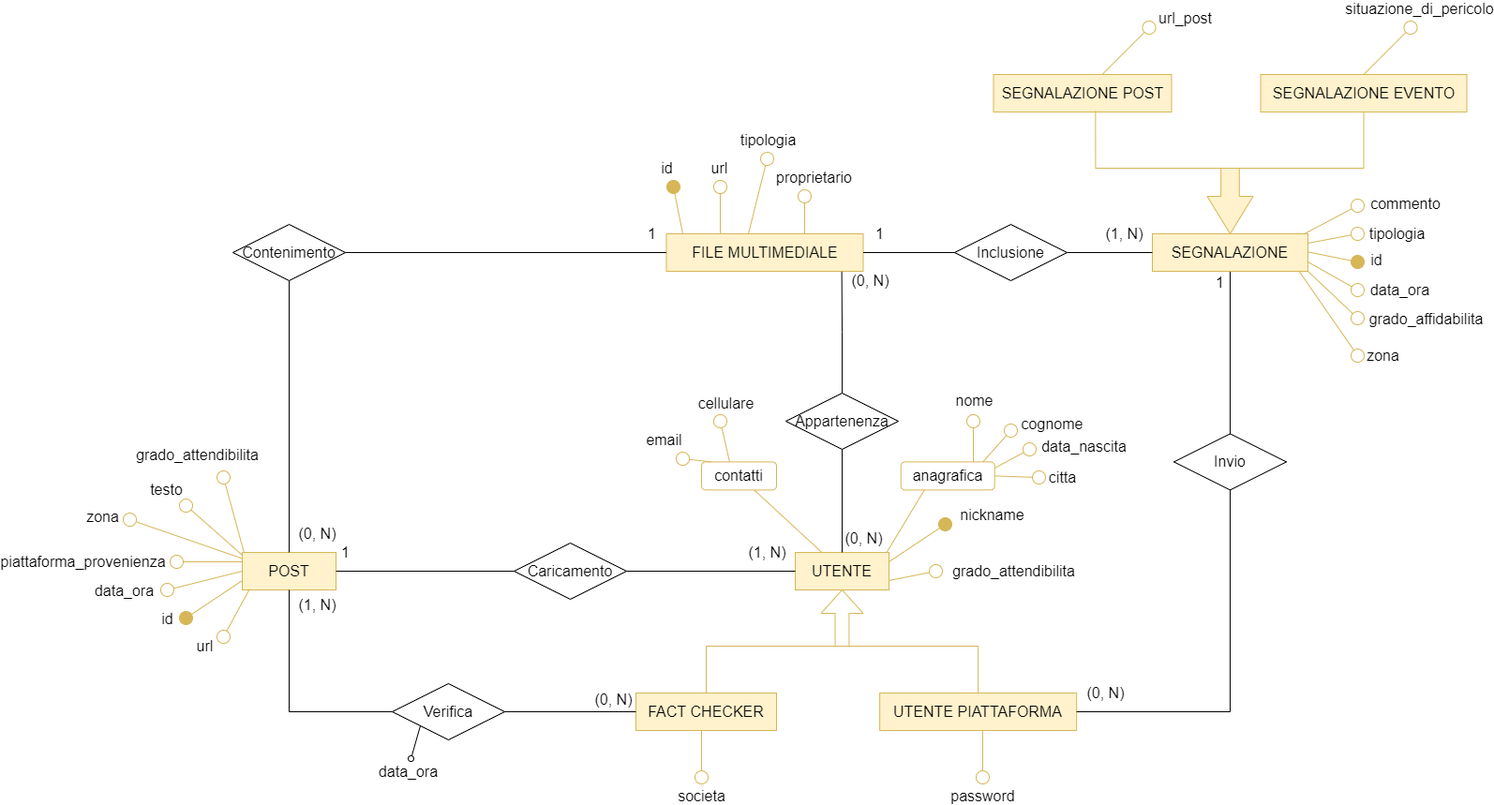
faffolao/ProgettoBD2022 keeps this draw.io diagram as diagrammi e-r/Diag. Social network.png. Above is the earlier version. Source tidied: cells renumbered, new cells last; positions are measured from the earlier drawing's top-left corner, leaving out a move shared by most shapes.
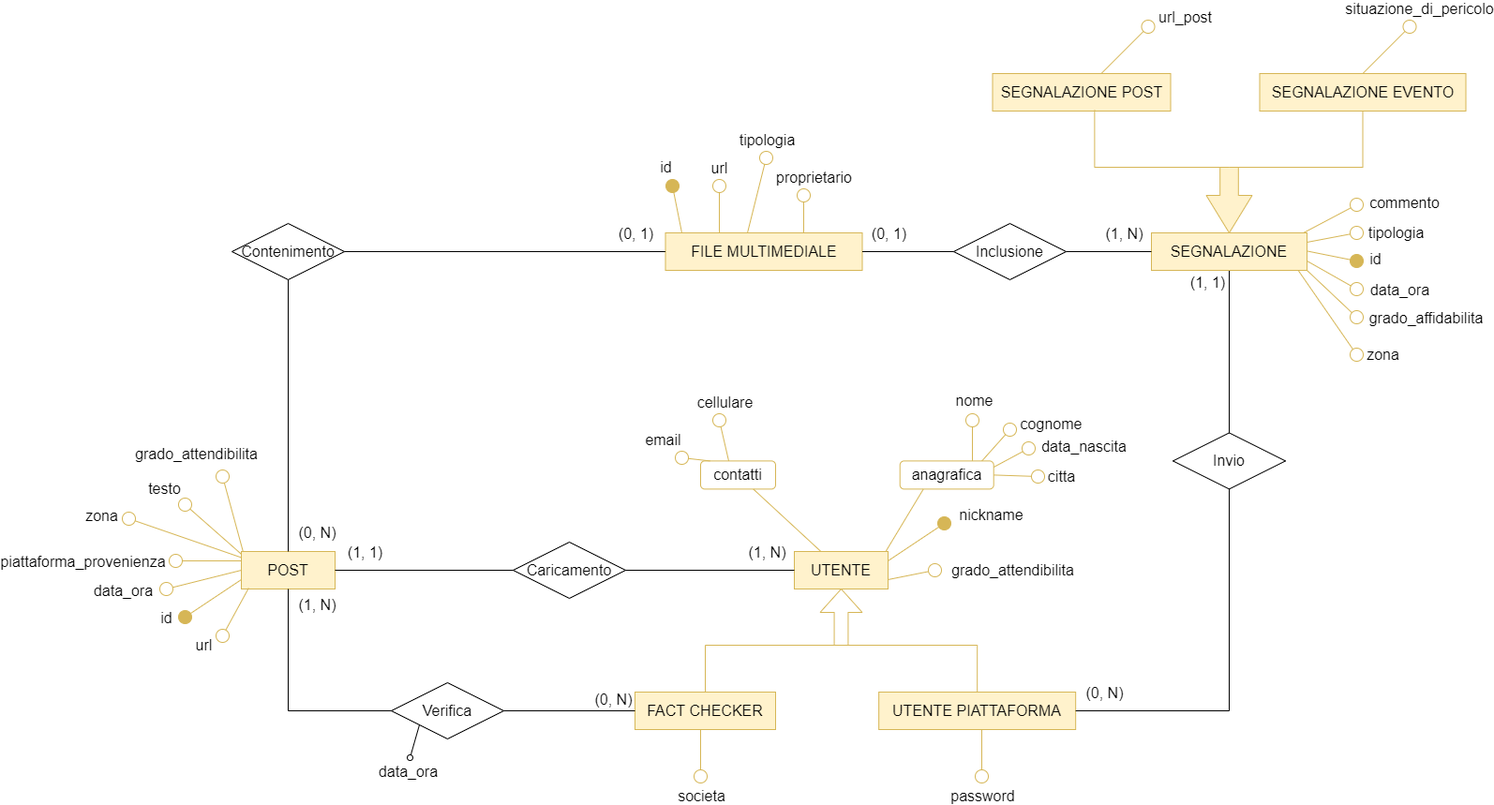
The same file after the commit.

Change to the diagram source:
```diff
@@ -158,9 +158,9 @@
     <mxCell id="34" style="edgeStyle=orthogonalEdgeStyle;rounded=0;jettySize=auto;html=1;strokeColor=default;strokeWidth=1;fontSize=12;startArrow=none;startFill=0;endArrow=none;endFill=0;startSize=14;endSize=14;" parent="1" edge="1" source="36" target="31">
       <mxGeometry relative="1" as="geometry" />
     </mxCell>
-    <mxCell id="35" value="1" style="edgeLabel;html=1;align=center;verticalAlign=middle;fontSize=16;" parent="34" vertex="1">
+    <mxCell id="35" value="(1, 1)" style="edgeLabel;html=1;align=center;verticalAlign=middle;fontSize=16;" parent="34" vertex="1">
       <mxGeometry x="0.83" y="-1" relative="1" as="geometry">
-        <mxPoint x="-7" y="-19" as="offset" />
+        <mxPoint x="14" y="-19" as="offset" />
       </mxGeometry>
     </mxCell>
     <mxCell id="36" value="Caricamento" style="shape=rhombus;perimeter=rhombusPerimeter;whiteSpace=wrap;html=1;align=center;fontSize=16;fillColor=none;" parent="1" vertex="1">
@@ -266,9 +266,9 @@
     <mxCell id="58" style="edgeStyle=orthogonalEdgeStyle;rounded=0;jettySize=auto;html=1;strokeColor=default;strokeWidth=1;fontSize=12;startArrow=none;startFill=0;endArrow=none;endFill=0;startSize=14;endSize=14;" parent="1" edge="1" source="60" target="57">
       <mxGeometry relative="1" as="geometry" />
     </mxCell>
-    <mxCell id="59" value="1" style="edgeLabel;html=1;align=center;verticalAlign=middle;fontSize=16;" parent="58" vertex="1">
+    <mxCell id="59" value="(1, 1)" style="edgeLabel;html=1;align=center;verticalAlign=middle;fontSize=16;" parent="58" vertex="1">
       <mxGeometry x="-0.77" y="1" relative="1" as="geometry">
-        <mxPoint x="-12" y="-8" as="offset" />
+        <mxPoint x="-25" y="-8" as="offset" />
       </mxGeometry>
     </mxCell>
     <mxCell id="60" value="SEGNALAZIONE" style="whiteSpace=wrap;html=1;align=center;fontSize=16;fillColor=#fff2cc;strokeColor=#d6b656;" parent="1" vertex="1">
@@ -383,9 +383,9 @@
     <mxCell id="82" style="edgeStyle=orthogonalEdgeStyle;rounded=0;jettySize=auto;html=1;strokeColor=default;strokeWidth=1;fontSize=12;startArrow=none;startFill=0;endArrow=none;endFill=0;startSize=14;endSize=14;" parent="1" edge="1" source="86" target="81">
       <mxGeometry relative="1" as="geometry" />
     </mxCell>
-    <mxCell id="83" value="1" style="edgeLabel;html=1;align=center;verticalAlign=middle;fontSize=16;" parent="82" vertex="1">
+    <mxCell id="83" value="(0, 1)" style="edgeLabel;html=1;align=center;verticalAlign=middle;fontSize=16;" parent="82" vertex="1">
       <mxGeometry x="-0.77" y="1" relative="1" as="geometry">
-        <mxPoint x="-69" y="-21" as="offset" />
+        <mxPoint x="-59" y="-21" as="offset" />
       </mxGeometry>
     </mxCell>
     <mxCell id="84" style="edgeStyle=orthogonalEdgeStyle;rounded=0;jettySize=auto;html=1;strokeColor=default;strokeWidth=1;fontSize=12;startArrow=none;startFill=0;endArrow=none;endFill=0;startSize=14;endSize=14;" parent="1" edge="1" source="86" target="60">
@@ -454,33 +454,14 @@
     <mxCell id="97" style="edgeStyle=orthogonalEdgeStyle;rounded=0;jettySize=auto;html=1;strokeColor=default;strokeWidth=1;fontSize=12;startArrow=none;startFill=0;endArrow=none;endFill=0;startSize=14;endSize=14;" parent="1" edge="1" source="99" target="81">
       <mxGeometry relative="1" as="geometry" />
     </mxCell>
-    <mxCell id="98" value="1" style="edgeLabel;html=1;align=center;verticalAlign=middle;fontSize=16;" parent="97" vertex="1">
+    <mxCell id="98" value="(0, 1)" style="edgeLabel;html=1;align=center;verticalAlign=middle;fontSize=16;" parent="97" vertex="1">
       <mxGeometry x="0.91" y="1" relative="1" as="geometry">
-        <mxPoint y="-19" as="offset" />
+        <mxPoint x="-17" y="-19" as="offset" />
       </mxGeometry>
     </mxCell>
     <mxCell id="99" value="Contenimento" style="shape=rhombus;perimeter=rhombusPerimeter;whiteSpace=wrap;html=1;align=center;fontSize=16;fillColor=none;" parent="1" vertex="1">
       <mxGeometry x="110" y="210" width="120" height="60" as="geometry" />
     </mxCell>
-    <mxCell id="100" style="edgeStyle=orthogonalEdgeStyle;rounded=0;jettySize=auto;html=1;entryX=0.891;entryY=1.011;entryDx=0;entryDy=0;entryPerimeter=0;strokeColor=default;strokeWidth=1;fontSize=12;startArrow=none;startFill=0;endArrow=none;endFill=0;startSize=14;endSize=14;" parent="1" edge="1" source="104" target="81">
-      <mxGeometry relative="1" as="geometry" />
-    </mxCell>
-    <mxCell id="101" value="(0, N)" style="edgeLabel;html=1;align=center;verticalAlign=middle;fontSize=16;" parent="100" vertex="1">
-      <mxGeometry x="0.73" y="-1" relative="1" as="geometry">
-        <mxPoint x="29" y="-8" as="offset" />
-      </mxGeometry>
-    </mxCell>
-    <mxCell id="102" style="edgeStyle=orthogonalEdgeStyle;rounded=0;jettySize=auto;html=1;strokeColor=default;strokeWidth=1;fontSize=12;startArrow=none;startFill=0;endArrow=none;endFill=0;startSize=14;endSize=14;" parent="1" edge="1" source="104" target="10">
-      <mxGeometry relative="1" as="geometry" />
-    </mxCell>
-    <mxCell id="103" value="(0, N)" style="edgeLabel;html=1;align=center;verticalAlign=middle;fontSize=16;" parent="102" vertex="1">
-      <mxGeometry x="0.68" y="-3" relative="1" as="geometry">
-        <mxPoint x="26" y="2" as="offset" />
-      </mxGeometry>
-    </mxCell>
-    <mxCell id="104" value="Appartenenza" style="shape=rhombus;perimeter=rhombusPerimeter;whiteSpace=wrap;html=1;align=center;fontSize=16;fillColor=none;" parent="1" vertex="1">
-      <mxGeometry x="700" y="390" width="120" height="60" as="geometry" />
-    </mxCell>
     <mxCell id="105" style="endArrow=none;html=1;rounded=0;entryX=0;entryY=1;entryDx=0;entryDy=0;startArrow=oval;startFill=0;" parent="1" edge="1" target="53">
       <mxGeometry relative="1" as="geometry">
         <mxPoint x="300" y="780" as="sourcePoint" />
```
